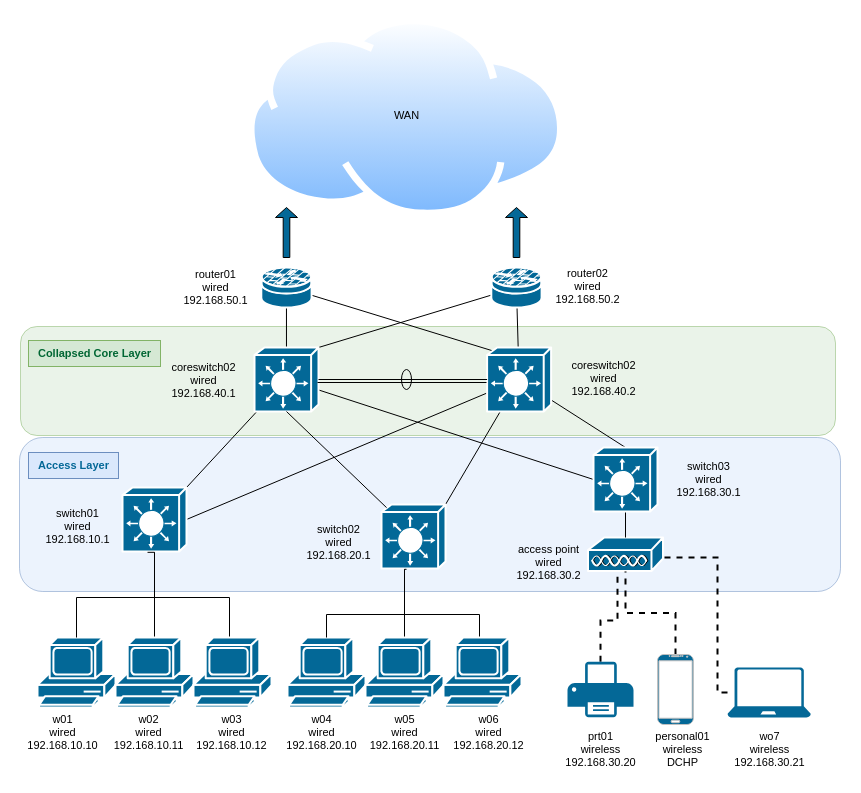
The draw.io diagram page "TIer2" (1 of 2) of SuperNetwork.drawio in Reaimua/Network-Architecture-Project, before the edit. Source tidied: cells renumbered, new cells numbered last; positions are measured from the earlier drawing's top-left corner, leaving out a move shared by most shapes. Both pictures are drawn from the tidied source at 100%, with x=0, y=0 at pixel (17, 17).
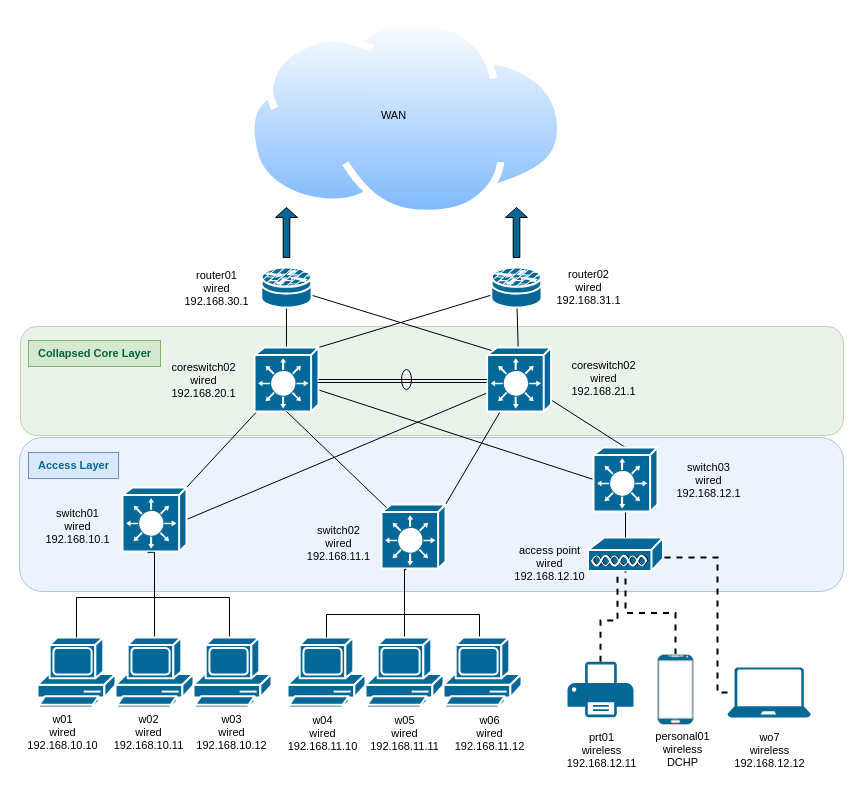
The same diagram, later.

Change to the diagram source:
```diff
@@
     <mxCell id="2" style="rounded=1;whiteSpace=wrap;html=1;fontFamily=Helvetica;fontSize=11;fillColor=#d5e8d4;strokeColor=#82b366;opacity=50;" parent="1" vertex="1">
-      <mxGeometry x="3" y="309" width="815" height="109" as="geometry" />
+      <mxGeometry x="3" y="309" width="823" height="109" as="geometry" />
     </mxCell>
     <mxCell id="3" style="rounded=1;whiteSpace=wrap;html=1;fontFamily=Helvetica;fontSize=11;fillColor=#dae8fc;strokeColor=#6c8ebf;opacity=50;" parent="1" vertex="1">
-      <mxGeometry x="2" y="420" width="821" height="154" as="geometry" />
+      <mxGeometry x="2" y="420" width="824" height="154" as="geometry" />
     </mxCell>
@@
     <mxCell id="33" value="WAN" style="text;html=1;align=center;verticalAlign=middle;strokeColor=none;fillColor=none;fontSize=11;fontFamily=Helvetica;fontColor=default;" parent="1" vertex="1">
-      <mxGeometry x="364" y="82.6" width="50" height="30" as="geometry" />
+      <mxGeometry x="351" y="82.6" width="50" height="30" as="geometry" />
     </mxCell>
@@
-    <mxCell id="49" value="switch02&lt;br&gt;wired&lt;br&gt;192.168.20.1" style="text;html=1;align=center;verticalAlign=middle;strokeColor=none;fillColor=none;fontSize=11;fontFamily=Helvetica;fontColor=default;" parent="1" vertex="1">
-      <mxGeometry x="276" y="500" width="90" height="50" as="geometry" />
+    <mxCell id="49" value="switch02&lt;br&gt;wired&lt;br&gt;192.168.11.1" style="text;html=1;align=center;verticalAlign=middle;strokeColor=none;fillColor=none;fontSize=11;fontFamily=Helvetica;fontColor=default;" parent="1" vertex="1">
+      <mxGeometry x="280" y="499" width="82" height="53" as="geometry" />
     </mxCell>
-    <mxCell id="50" value="switch03&lt;br&gt;wired&lt;br&gt;192.168.30.1" style="text;html=1;align=center;verticalAlign=middle;strokeColor=none;fillColor=none;fontSize=11;fontFamily=Helvetica;fontColor=default;" parent="1" vertex="1">
-      <mxGeometry x="645.5" y="437" width="90" height="50" as="geometry" />
+    <mxCell id="50" value="switch03&lt;br&gt;wired&lt;br&gt;192.168.12.1" style="text;html=1;align=center;verticalAlign=middle;strokeColor=none;fillColor=none;fontSize=11;fontFamily=Helvetica;fontColor=default;" parent="1" vertex="1">
+      <mxGeometry x="649.5" y="436" width="83" height="53" as="geometry" />
     </mxCell>
@@
-    <mxCell id="54" value="w04&lt;br&gt;wired&lt;br&gt;192.168.20.10" style="text;html=1;align=center;verticalAlign=middle;strokeColor=none;fillColor=none;fontSize=11;fontFamily=Helvetica;fontColor=default;" parent="1" vertex="1">
-      <mxGeometry x="259" y="690" width="90" height="50" as="geometry" />
+    <mxCell id="54" value="w04&lt;br&gt;wired&lt;br&gt;192.168.11.10" style="text;html=1;align=center;verticalAlign=middle;strokeColor=none;fillColor=none;fontSize=11;fontFamily=Helvetica;fontColor=default;" parent="1" vertex="1">
+      <mxGeometry x="260" y="689" width="89" height="53" as="geometry" />
     </mxCell>
-    <mxCell id="55" value="w05&lt;br&gt;wired&lt;br&gt;192.168.20.11" style="text;html=1;align=center;verticalAlign=middle;strokeColor=none;fillColor=none;fontSize=11;fontFamily=Helvetica;fontColor=default;" parent="1" vertex="1">
-      <mxGeometry x="342" y="690" width="90" height="50" as="geometry" />
+    <mxCell id="55" value="w05&lt;br&gt;wired&lt;br&gt;192.168.11.11" style="text;html=1;align=center;verticalAlign=middle;strokeColor=none;fillColor=none;fontSize=11;fontFamily=Helvetica;fontColor=default;" parent="1" vertex="1">
+      <mxGeometry x="343" y="689" width="88" height="53" as="geometry" />
     </mxCell>
-    <mxCell id="56" value="w06&lt;br&gt;wired&lt;br&gt;192.168.20.12" style="text;html=1;align=center;verticalAlign=middle;strokeColor=none;fillColor=none;fontSize=11;fontFamily=Helvetica;fontColor=default;" parent="1" vertex="1">
-      <mxGeometry x="426" y="690" width="90" height="50" as="geometry" />
+    <mxCell id="56" value="w06&lt;br&gt;wired&lt;br&gt;192.168.11.12" style="text;html=1;align=center;verticalAlign=middle;strokeColor=none;fillColor=none;fontSize=11;fontFamily=Helvetica;fontColor=default;" parent="1" vertex="1">
+      <mxGeometry x="427" y="689" width="89" height="53" as="geometry" />
     </mxCell>
-    <mxCell id="57" value="access point&lt;br&gt;wired&lt;br&gt;192.168.30.2" style="text;html=1;align=center;verticalAlign=middle;strokeColor=none;fillColor=none;fontSize=11;fontFamily=Helvetica;fontColor=default;" parent="1" vertex="1">
-      <mxGeometry x="486" y="520" width="90" height="50" as="geometry" />
+    <mxCell id="57" value="access point&lt;br&gt;wired&lt;br&gt;192.168.12.10" style="text;html=1;align=center;verticalAlign=middle;strokeColor=none;fillColor=none;fontSize=11;fontFamily=Helvetica;fontColor=default;" parent="1" vertex="1">
+      <mxGeometry x="487" y="519" width="89" height="53" as="geometry" />
     </mxCell>
-    <mxCell id="58" value="prt01&lt;br&gt;wireless&lt;br&gt;192.168.30.20" style="text;html=1;align=center;verticalAlign=middle;strokeColor=none;fillColor=none;fontSize=11;fontFamily=Helvetica;fontColor=default;" parent="1" vertex="1">
-      <mxGeometry x="538" y="707" width="90" height="50" as="geometry" />
+    <mxCell id="58" value="prt01&lt;br&gt;wireless&lt;br&gt;192.168.12.11" style="text;html=1;align=center;verticalAlign=middle;strokeColor=none;fillColor=none;fontSize=11;fontFamily=Helvetica;fontColor=default;" parent="1" vertex="1">
+      <mxGeometry x="539" y="706" width="89" height="53" as="geometry" />
     </mxCell>
-    <mxCell id="59" value="wo7&lt;br&gt;wireless&lt;br&gt;192.168.30.21" style="text;html=1;align=center;verticalAlign=middle;strokeColor=none;fillColor=none;fontSize=11;fontFamily=Helvetica;fontColor=default;" parent="1" vertex="1">
-      <mxGeometry x="706.7" y="707" width="90" height="50" as="geometry" />
+    <mxCell id="59" value="wo7&lt;br&gt;wireless&lt;br&gt;192.168.12.12" style="text;html=1;align=center;verticalAlign=middle;strokeColor=none;fillColor=none;fontSize=11;fontFamily=Helvetica;fontColor=default;" parent="1" vertex="1">
+      <mxGeometry x="707.7" y="706" width="89" height="53" as="geometry" />
     </mxCell>
@@
-    <mxCell id="61" value="coreswitch02&lt;br&gt;wired&lt;br&gt;192.168.40.2" style="text;html=1;align=center;verticalAlign=middle;strokeColor=none;fillColor=none;fontSize=11;fontFamily=Helvetica;fontColor=default;" parent="1" vertex="1">
+    <mxCell id="61" value="coreswitch02&lt;br&gt;wired&lt;br&gt;192.168.21.1" style="text;html=1;align=center;verticalAlign=middle;strokeColor=none;fillColor=none;fontSize=11;fontFamily=Helvetica;fontColor=default;" parent="1" vertex="1">
       <mxGeometry x="544" y="334" width="83" height="53" as="geometry" />
     </mxCell>
-    <mxCell id="62" value="coreswitch02&lt;br&gt;wired&lt;br&gt;192.168.40.1" style="text;html=1;align=center;verticalAlign=middle;strokeColor=none;fillColor=none;fontSize=11;fontFamily=Helvetica;fontColor=default;" parent="1" vertex="1">
+    <mxCell id="62" value="coreswitch02&lt;br&gt;wired&lt;br&gt;192.168.20.1" style="text;html=1;align=center;verticalAlign=middle;strokeColor=none;fillColor=none;fontSize=11;fontFamily=Helvetica;fontColor=default;" parent="1" vertex="1">
       <mxGeometry x="144" y="336" width="83" height="53" as="geometry" />
     </mxCell>
-    <mxCell id="63" value="router01&lt;br&gt;wired&lt;br&gt;192.168.50.1" style="text;html=1;align=center;verticalAlign=middle;strokeColor=none;fillColor=none;fontSize=11;fontFamily=Helvetica;fontColor=default;" parent="1" vertex="1">
-      <mxGeometry x="153" y="245" width="90" height="50" as="geometry" />
+    <mxCell id="63" value="router01&lt;br&gt;wired&lt;br&gt;192.168.30.1" style="text;html=1;align=center;verticalAlign=middle;strokeColor=none;fillColor=none;fontSize=11;fontFamily=Helvetica;fontColor=default;" parent="1" vertex="1">
+      <mxGeometry x="157" y="244" width="83" height="53" as="geometry" />
     </mxCell>
-    <mxCell id="64" value="router02&lt;br&gt;wired&lt;br&gt;192.168.50.2" style="text;html=1;align=center;verticalAlign=middle;strokeColor=none;fillColor=none;fontSize=11;fontFamily=Helvetica;fontColor=default;" parent="1" vertex="1">
-      <mxGeometry x="525" y="244" width="90" height="50" as="geometry" />
+    <mxCell id="64" value="router02&lt;br&gt;wired&lt;br&gt;192.168.31.1" style="text;html=1;align=center;verticalAlign=middle;strokeColor=none;fillColor=none;fontSize=11;fontFamily=Helvetica;fontColor=default;" parent="1" vertex="1">
+      <mxGeometry x="529" y="243" width="83" height="53" as="geometry" />
     </mxCell>
```
